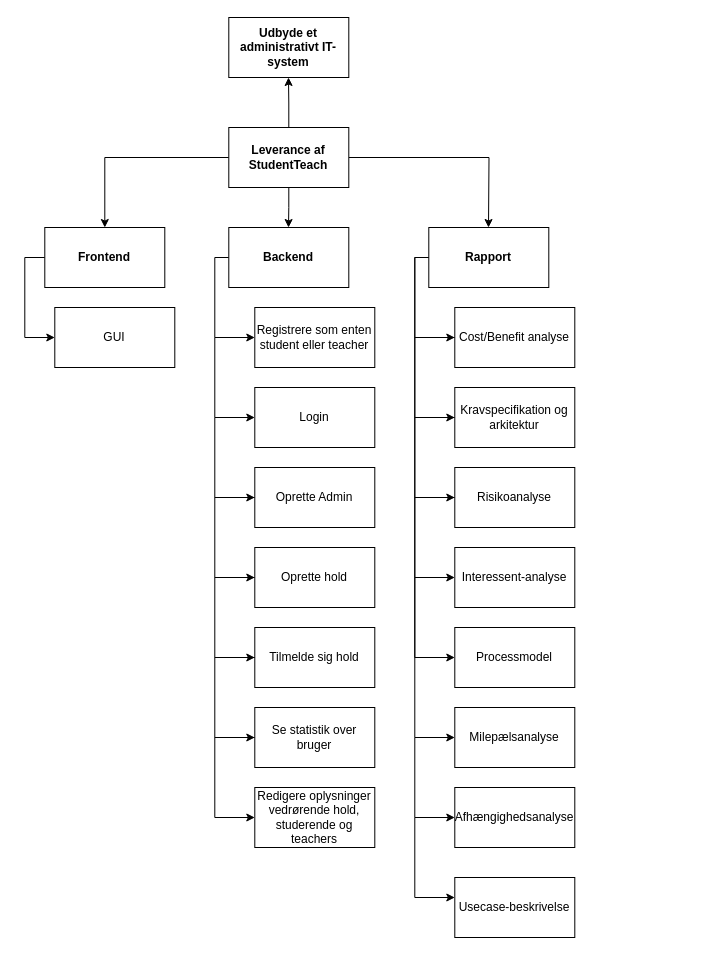
The draw.io diagram public/Andet/PBS ITP Diagram.drawio in ChrisMJAndre/GruppeProjekt-2, before the edit. Source tidied: cells renumbered, new cells numbered last; positions are measured from the earlier drawing's top-left corner, leaving out a move shared by most shapes. Both pictures are drawn from the tidied source at 100%, with x=0, y=0 at pixel (24, 17).
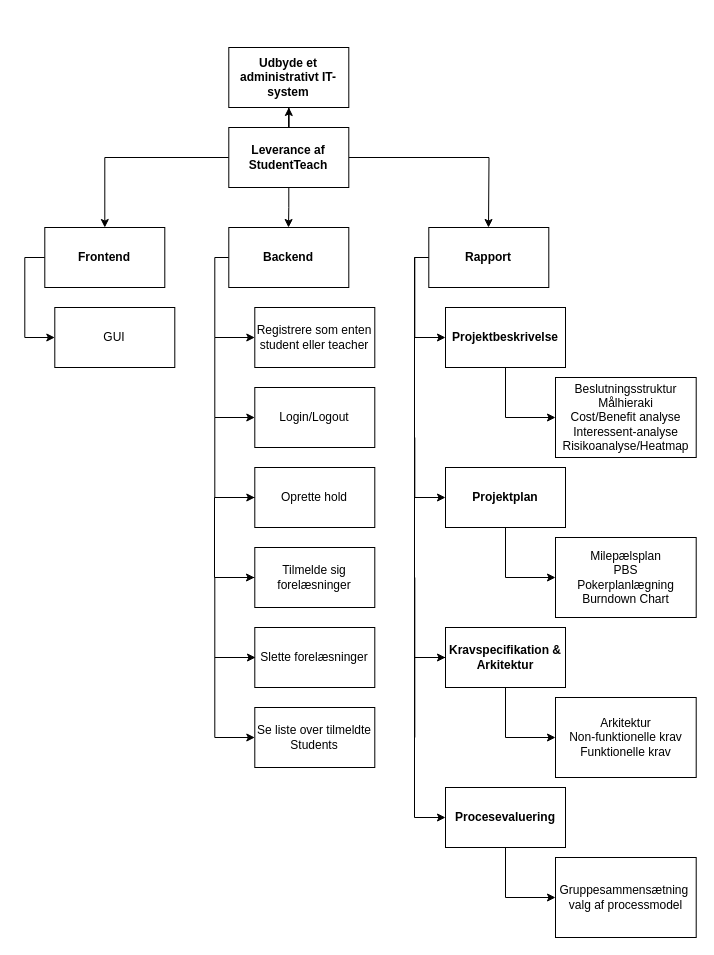
The same diagram, later.

The change refers to these unchanged cells:
```xml
<mxCell id="6" value="&lt;b&gt;Leverance af StudentTeach&lt;/b&gt;" style="rounded=0;whiteSpace=wrap;html=1;" parent="1" vertex="1">
  <mxGeometry x="204.3" y="110" width="120" height="60" as="geometry" />
</mxCell>
<mxCell id="10" value="&lt;b&gt;Rapport&lt;/b&gt;" style="rounded=0;whiteSpace=wrap;html=1;" parent="1" vertex="1">
  <mxGeometry x="404.3" y="210" width="120" height="60" as="geometry" />
</mxCell>
```

Change to the diagram source:
```diff
@@
-    <mxCell id="5" style="edgeStyle=orthogonalEdgeStyle;rounded=0;jettySize=auto;html=1;" parent="1" edge="1" source="6">
-      <mxGeometry relative="1" as="geometry">
-        <mxPoint x="264" y="60" as="targetPoint" />
-      </mxGeometry>
+    <mxCell id="5" style="edgeStyle=orthogonalEdgeStyle;rounded=0;jettySize=auto;html=1;entryX=0.5;entryY=1;entryDx=0;entryDy=0;" parent="1" edge="1" source="6" target="7">
+      <mxGeometry relative="1" as="geometry" />
     </mxCell>
@@
     <mxCell id="7" value="&lt;b&gt;Udbyde et administrativt IT-system&lt;/b&gt;" style="rounded=0;whiteSpace=wrap;html=1;" parent="1" vertex="1">
-      <mxGeometry x="204.3" width="120" height="60" as="geometry" />
+      <mxGeometry x="204.3" y="30" width="120" height="60" as="geometry" />
     </mxCell>
-    <mxCell id="8" style="edgeStyle=orthogonalEdgeStyle;rounded=0;jettySize=auto;html=1;" parent="1" edge="1" source="10" target="12">
+    <mxCell id="8" style="edgeStyle=orthogonalEdgeStyle;rounded=0;jettySize=auto;html=1;" parent="1" edge="1" source="10">
       <mxGeometry relative="1" as="geometry">
+        <mxPoint x="421" y="320" as="targetPoint" />
         <Array as="points">
           <mxPoint x="390.3" y="240" />
           <mxPoint x="390.3" y="320" />
         </Array>
       </mxGeometry>
     </mxCell>
-    <mxCell id="9" style="edgeStyle=orthogonalEdgeStyle;rounded=0;jettySize=auto;html=1;entryX=0;entryY=0.5;entryDx=0;entryDy=0;" parent="1" edge="1" source="10" target="39">
+    <mxCell id="9" style="edgeStyle=orthogonalEdgeStyle;rounded=0;jettySize=auto;html=1;entryX=0;entryY=0.5;entryDx=0;entryDy=0;" parent="1" edge="1" source="10" target="41">
       <mxGeometry relative="1" as="geometry">
         <Array as="points">
-          <mxPoint x="390.3" y="240" />
-          <mxPoint x="390.3" y="720" />
+          <mxPoint x="390" y="240" />
+          <mxPoint x="390" y="800" />
         </Array>
       </mxGeometry>
     </mxCell>
@@
-    <mxCell id="11" style="edgeStyle=orthogonalEdgeStyle;rounded=0;jettySize=auto;html=1;" parent="1" edge="1" source="12">
-      <mxGeometry relative="1" as="geometry">
-        <mxPoint x="430.3" y="400" as="targetPoint" />
-        <Array as="points">
-          <mxPoint x="390.3" y="320" />
-          <mxPoint x="390.3" y="400" />
-        </Array>
-      </mxGeometry>
-    </mxCell>
-    <mxCell id="12" value="Cost/Benefit analyse" style="rounded=0;whiteSpace=wrap;html=1;" parent="1" vertex="1">
-      <mxGeometry x="430.3" y="290" width="120" height="60" as="geometry" />
+    <mxCell id="12" value="Beslutningsstruktur&lt;br&gt;Målhieraki&lt;br&gt;Cost/Benefit analyse&lt;br&gt;Interessent-analyse&lt;br&gt;Risikoanalyse/Heatmap" style="rounded=0;whiteSpace=wrap;html=1;" parent="1" vertex="1">
+      <mxGeometry x="531" y="360" width="140.7" height="80" as="geometry" />
     </mxCell>
-    <mxCell id="13" style="edgeStyle=orthogonalEdgeStyle;rounded=0;jettySize=auto;html=1;" parent="1" edge="1" target="15">
-      <mxGeometry relative="1" as="geometry">
-        <mxPoint x="430.3" y="400" as="sourcePoint" />
-        <Array as="points">
-          <mxPoint x="390.3" y="400" />
-          <mxPoint x="390.3" y="480" />
-        </Array>
-      </mxGeometry>
-    </mxCell>
-    <mxCell id="14" style="edgeStyle=orthogonalEdgeStyle;rounded=0;jettySize=auto;html=1;entryX=0;entryY=0.5;entryDx=0;entryDy=0;" parent="1" edge="1" source="15" target="17">
-      <mxGeometry relative="1" as="geometry">
-        <Array as="points">
-          <mxPoint x="390.3" y="480" />
-          <mxPoint x="390.3" y="560" />
-        </Array>
-      </mxGeometry>
-    </mxCell>
-    <mxCell id="15" value="Risikoanalyse" style="rounded=0;whiteSpace=wrap;html=1;" parent="1" vertex="1">
-      <mxGeometry x="430.3" y="450" width="120" height="60" as="geometry" />
-    </mxCell>
-    <mxCell id="16" style="edgeStyle=orthogonalEdgeStyle;rounded=0;jettySize=auto;html=1;" parent="1" edge="1" target="18">
+    <mxCell id="16" style="edgeStyle=orthogonalEdgeStyle;rounded=0;orthogonalLoop=1;jettySize=auto;html=1;" parent="1" edge="1">
       <mxGeometry relative="1" as="geometry">
         <mxPoint x="390.3" y="560" as="sourcePoint" />
+        <mxPoint x="430.3" y="640" as="targetPoint" />
         <Array as="points">
           <mxPoint x="390.3" y="640" />
         </Array>
       </mxGeometry>
     </mxCell>
-    <mxCell id="17" value="Interessent-analyse" style="rounded=0;whiteSpace=wrap;html=1;" parent="1" vertex="1">
-      <mxGeometry x="430.3" y="530" width="120" height="60" as="geometry" />
+    <mxCell id="17" value="&lt;b&gt;Projektplan&lt;/b&gt;" style="rounded=0;whiteSpace=wrap;html=1;" parent="1" vertex="1">
+      <mxGeometry x="421" y="450" width="120" height="60" as="geometry" />
     </mxCell>
-    <mxCell id="18" value="Processmodel" style="rounded=0;whiteSpace=wrap;html=1;" parent="1" vertex="1">
-      <mxGeometry x="430.3" y="610" width="120" height="60" as="geometry" />
-    </mxCell>
@@
-    <mxCell id="23" style="edgeStyle=orthogonalEdgeStyle;rounded=0;jettySize=auto;html=1;" parent="1" edge="1" target="26">
+    <mxCell id="23" style="edgeStyle=orthogonalEdgeStyle;rounded=0;orthogonalLoop=1;jettySize=auto;html=1;" parent="1" edge="1">
       <mxGeometry relative="1" as="geometry">
         <mxPoint x="190.3" y="400" as="sourcePoint" />
+        <mxPoint x="230.3" y="480" as="targetPoint" />
         <Array as="points">
           <mxPoint x="190.3" y="480" />
         </Array>
       </mxGeometry>
     </mxCell>
-    <mxCell id="24" value="Login" style="rounded=0;whiteSpace=wrap;html=1;" parent="1" vertex="1">
+    <mxCell id="24" value="Login/Logout" style="rounded=0;whiteSpace=wrap;html=1;" parent="1" vertex="1">
       <mxGeometry x="230.3" y="370" width="120" height="60" as="geometry" />
     </mxCell>
-    <mxCell id="25" style="edgeStyle=orthogonalEdgeStyle;rounded=0;jettySize=auto;html=1;" parent="1" edge="1" source="26" target="28">
+    <mxCell id="25" style="edgeStyle=orthogonalEdgeStyle;rounded=0;orthogonalLoop=1;jettySize=auto;html=1;" parent="1" edge="1">
       <mxGeometry relative="1" as="geometry">
+        <mxPoint x="230.3" y="480" as="sourcePoint" />
+        <mxPoint x="230" y="560" as="targetPoint" />
         <Array as="points">
-          <mxPoint x="190.3" y="480" />
-          <mxPoint x="190.3" y="560" />
+          <mxPoint x="190" y="480" />
+          <mxPoint x="190" y="560" />
+          <mxPoint x="230" y="560" />
         </Array>
       </mxGeometry>
     </mxCell>
-    <mxCell id="26" value="Oprette Admin" style="rounded=0;whiteSpace=wrap;html=1;" parent="1" vertex="1">
-      <mxGeometry x="230.3" y="450" width="120" height="60" as="geometry" />
-    </mxCell>
-    <mxCell id="27" style="edgeStyle=orthogonalEdgeStyle;rounded=0;jettySize=auto;html=1;" parent="1" edge="1" source="28" target="29">
+    <mxCell id="27" style="edgeStyle=orthogonalEdgeStyle;rounded=0;orthogonalLoop=1;jettySize=auto;html=1;" parent="1" edge="1">
       <mxGeometry relative="1" as="geometry">
+        <mxPoint x="230" y="560" as="sourcePoint" />
+        <mxPoint x="231" y="640" as="targetPoint" />
         <Array as="points">
           <mxPoint x="190.3" y="560" />
           <mxPoint x="190.3" y="640" />
         </Array>
       </mxGeometry>
     </mxCell>
     <mxCell id="28" value="Oprette hold" style="rounded=0;whiteSpace=wrap;html=1;" parent="1" vertex="1">
-      <mxGeometry x="230.3" y="530" width="120" height="60" as="geometry" />
+      <mxGeometry x="230.3" y="450" width="120" height="60" as="geometry" />
     </mxCell>
-    <mxCell id="29" value="Tilmelde sig hold" style="rounded=0;whiteSpace=wrap;html=1;" parent="1" vertex="1">
-      <mxGeometry x="230.3" y="610" width="120" height="60" as="geometry" />
+    <mxCell id="29" value="Tilmelde sig forelæsninger" style="rounded=0;whiteSpace=wrap;html=1;" parent="1" vertex="1">
+      <mxGeometry x="230.3" y="530" width="120" height="60" as="geometry" />
     </mxCell>
@@
-    <mxCell id="34" style="edgeStyle=orthogonalEdgeStyle;rounded=0;orthogonalLoop=1;jettySize=auto;html=1;" parent="1" edge="1">
-      <mxGeometry relative="1" as="geometry">
-        <mxPoint x="230.3" y="720" as="sourcePoint" />
-        <mxPoint x="230.3" y="800" as="targetPoint" />
-        <Array as="points">
-          <mxPoint x="190.3" y="720" />
-          <mxPoint x="190.3" y="800" />
-        </Array>
-      </mxGeometry>
-    </mxCell>
-    <mxCell id="35" value="Redigere oplysninger vedrørende hold, studerende og teachers" style="rounded=0;whiteSpace=wrap;html=1;" parent="1" vertex="1">
-      <mxGeometry x="230.3" y="770" width="120" height="60" as="geometry" />
-    </mxCell>
-    <mxCell id="36" value="Se statistik over bruger" style="rounded=0;whiteSpace=wrap;html=1;" parent="1" vertex="1">
-      <mxGeometry x="230.3" y="690" width="120" height="60" as="geometry" />
+    <mxCell id="36" value="Slette forelæsninger" style="rounded=0;whiteSpace=wrap;html=1;" parent="1" vertex="1">
+      <mxGeometry x="230.3" y="610" width="120" height="60" as="geometry" />
     </mxCell>
-    <mxCell id="37" value="Afhængighedsanalyse" style="rounded=0;whiteSpace=wrap;html=1;" parent="1" vertex="1">
-      <mxGeometry x="430.3" y="770" width="120" height="60" as="geometry" />
+    <mxCell id="37" value="&lt;b&gt;Kravspecifikation &amp;amp; Arkitektur&lt;/b&gt;" style="rounded=0;whiteSpace=wrap;html=1;" parent="1" vertex="1">
+      <mxGeometry x="421" y="610" width="120" height="60" as="geometry" />
     </mxCell>
-    <mxCell id="38" style="edgeStyle=orthogonalEdgeStyle;rounded=0;jettySize=auto;html=1;entryX=0;entryY=0.5;entryDx=0;entryDy=0;" parent="1" edge="1" target="37">
+    <mxCell id="38" style="edgeStyle=orthogonalEdgeStyle;rounded=0;orthogonalLoop=1;jettySize=auto;html=1;" parent="1" edge="1">
       <mxGeometry relative="1" as="geometry">
         <mxPoint x="390.3" y="720" as="sourcePoint" />
+        <mxPoint x="421" y="640" as="targetPoint" />
         <Array as="points">
           <mxPoint x="390.3" y="720" />
           <mxPoint x="390.3" y="800" />
         </Array>
       </mxGeometry>
     </mxCell>
-    <mxCell id="39" value="Milepælsanalyse" style="rounded=0;whiteSpace=wrap;html=1;" parent="1" vertex="1">
-      <mxGeometry x="430.3" y="690" width="120" height="60" as="geometry" />
-    </mxCell>
-    <mxCell id="40" style="edgeStyle=orthogonalEdgeStyle;rounded=0;orthogonalLoop=1;jettySize=auto;html=1;entryX=0;entryY=0.5;entryDx=0;entryDy=0;" parent="1" edge="1">
-      <mxGeometry relative="1" as="geometry">
-        <mxPoint x="390.3" y="800" as="sourcePoint" />
-        <mxPoint x="430.3" y="880" as="targetPoint" />
-        <Array as="points">
-          <mxPoint x="390.3" y="800" />
-          <mxPoint x="390.3" y="880" />
-        </Array>
-      </mxGeometry>
-    </mxCell>
-    <mxCell id="41" value="Usecase-beskrivelse" style="rounded=0;whiteSpace=wrap;html=1;" parent="1" vertex="1">
-      <mxGeometry x="430.3" y="860" width="120" height="60" as="geometry" />
+    <mxCell id="41" value="&lt;b&gt;Procesevaluering&lt;/b&gt;" style="rounded=0;whiteSpace=wrap;html=1;" parent="1" vertex="1">
+      <mxGeometry x="421" y="770" width="120" height="60" as="geometry" />
     </mxCell>
-    <mxCell id="42" value="Kravspecifikation og arkitektur" style="rounded=0;whiteSpace=wrap;html=1;" parent="1" vertex="1">
-      <mxGeometry x="430.3" y="370" width="120" height="60" as="geometry" />
+    <mxCell id="42" value="&lt;b&gt;Projektbeskrivelse&lt;/b&gt;" style="rounded=0;whiteSpace=wrap;html=1;" parent="1" vertex="1">
+      <mxGeometry x="421" y="290" width="120" height="60" as="geometry" />
     </mxCell>
+    <mxCell id="43" value="Se liste over tilmeldte Students" style="rounded=0;whiteSpace=wrap;html=1;" parent="1" vertex="1">
+      <mxGeometry x="230.3" y="690" width="120" height="60" as="geometry" />
+    </mxCell>
+    <mxCell id="44" style="edgeStyle=orthogonalEdgeStyle;rounded=0;jettySize=auto;html=1;exitX=0.5;exitY=1;exitDx=0;exitDy=0;" parent="1" edge="1" source="42">
+      <mxGeometry relative="1" as="geometry">
+        <mxPoint x="531" y="400" as="targetPoint" />
+        <Array as="points">
+          <mxPoint x="481" y="400" />
+          <mxPoint x="531" y="400" />
+        </Array>
+      </mxGeometry>
+    </mxCell>
+    <mxCell id="45" style="edgeStyle=orthogonalEdgeStyle;rounded=0;jettySize=auto;html=1;entryX=0;entryY=0.5;entryDx=0;entryDy=0;" parent="1" edge="1" target="17">
+      <mxGeometry relative="1" as="geometry">
+        <mxPoint x="390.3" y="420" as="sourcePoint" />
+        <Array as="points">
+          <mxPoint x="390" y="480" />
+        </Array>
+      </mxGeometry>
+    </mxCell>
+    <mxCell id="46" style="edgeStyle=orthogonalEdgeStyle;rounded=0;orthogonalLoop=1;jettySize=auto;html=1;exitX=0.5;exitY=1;exitDx=0;exitDy=0;" parent="1" edge="1">
+      <mxGeometry relative="1" as="geometry">
+        <mxPoint x="481" y="510" as="sourcePoint" />
+        <mxPoint x="531" y="560" as="targetPoint" />
+        <Array as="points">
+          <mxPoint x="481" y="560" />
+          <mxPoint x="531" y="560" />
+        </Array>
+      </mxGeometry>
+    </mxCell>
+    <mxCell id="47" value="Milepælsplan&lt;br&gt;PBS&lt;br&gt;Pokerplanlægning&lt;br&gt;Burndown Chart" style="rounded=0;whiteSpace=wrap;html=1;" parent="1" vertex="1">
+      <mxGeometry x="531" y="520" width="140.7" height="80" as="geometry" />
+    </mxCell>
+    <mxCell id="48" style="edgeStyle=orthogonalEdgeStyle;rounded=0;orthogonalLoop=1;jettySize=auto;html=1;exitX=0.5;exitY=1;exitDx=0;exitDy=0;" parent="1" edge="1">
+      <mxGeometry relative="1" as="geometry">
+        <mxPoint x="481" y="670" as="sourcePoint" />
+        <mxPoint x="531" y="720" as="targetPoint" />
+        <Array as="points">
+          <mxPoint x="481" y="720" />
+          <mxPoint x="531" y="720" />
+        </Array>
+      </mxGeometry>
+    </mxCell>
+    <mxCell id="49" value="Arkitektur&lt;br&gt;Non-funktionelle krav&lt;br&gt;Funktionelle krav" style="rounded=0;whiteSpace=wrap;html=1;" parent="1" vertex="1">
+      <mxGeometry x="531" y="680" width="140.7" height="80" as="geometry" />
+    </mxCell>
+    <mxCell id="50" style="edgeStyle=orthogonalEdgeStyle;rounded=0;orthogonalLoop=1;jettySize=auto;html=1;exitX=0.5;exitY=1;exitDx=0;exitDy=0;" parent="1" edge="1">
+      <mxGeometry relative="1" as="geometry">
+        <mxPoint x="481" y="830" as="sourcePoint" />
+        <mxPoint x="531" y="880" as="targetPoint" />
+        <Array as="points">
+          <mxPoint x="481" y="880" />
+          <mxPoint x="531" y="880" />
+        </Array>
+      </mxGeometry>
+    </mxCell>
+    <mxCell id="51" value="Gruppesammensætning&amp;nbsp;&lt;br&gt;valg af processmodel" style="rounded=0;whiteSpace=wrap;html=1;" parent="1" vertex="1">
+      <mxGeometry x="531" y="840" width="140.7" height="80" as="geometry" />
+    </mxCell>
```
